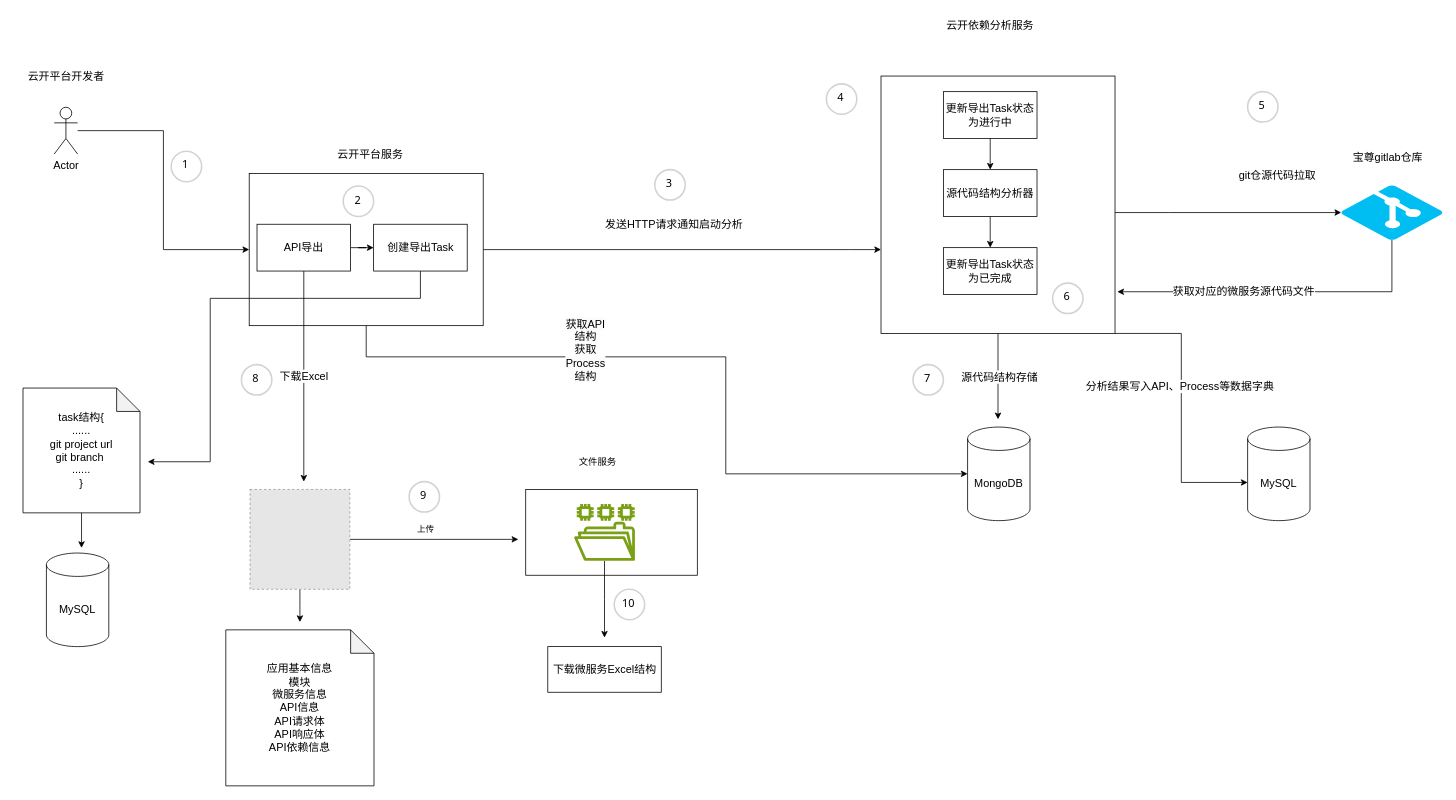
strongant/javassistTest keeps this draw.io diagram as 迁移工具设计.drawio. Above is the earlier version. Source tidied: cells renumbered, new cells numbered last; positions are measured from the earlier drawing's top-left corner, leaving out a move shared by most shapes. Both pictures are drawn from the tidied source at 78%, with x=0, y=0 at pixel (13, 13). Pictures stored in the file or linked from it are replaced by grey dashed boxes.
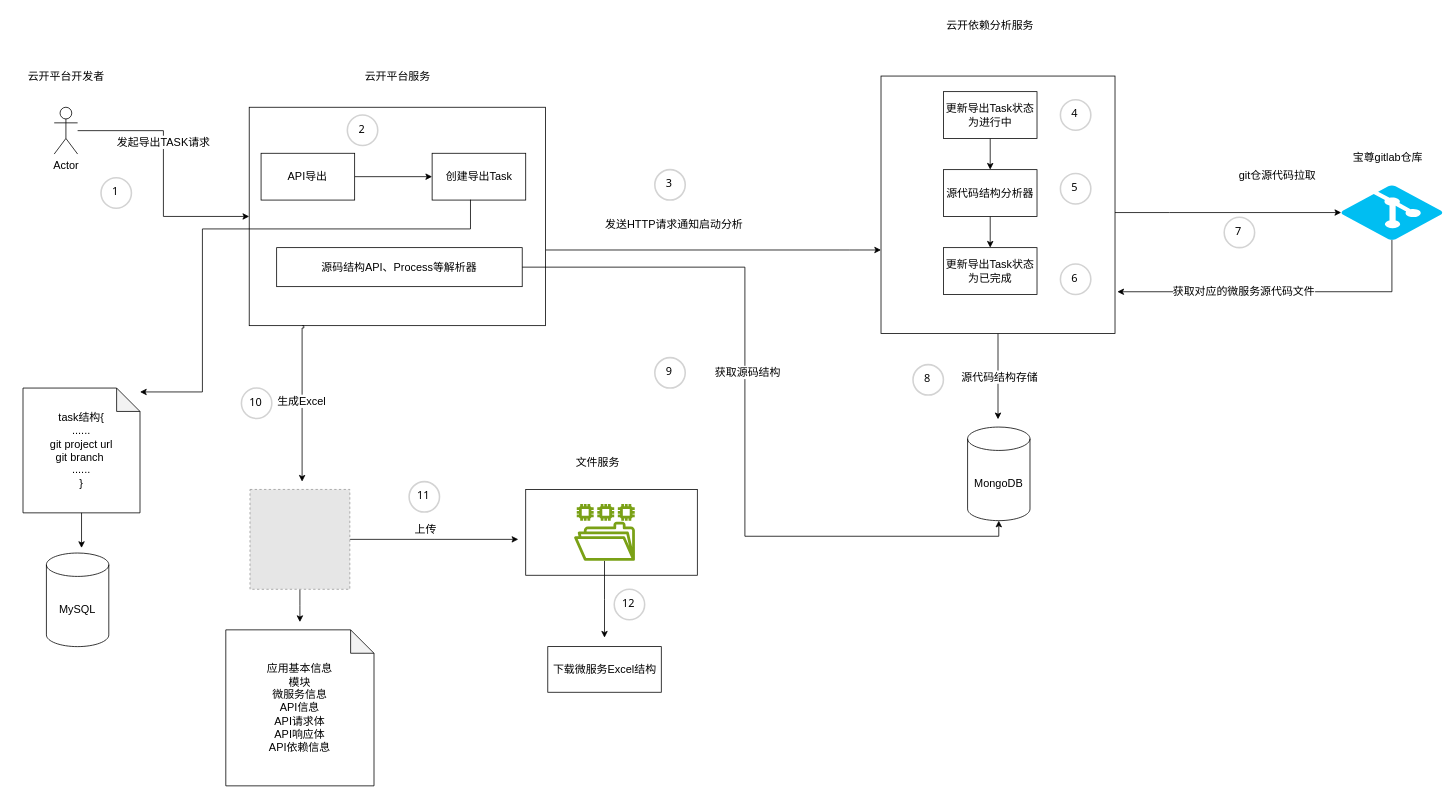
The same diagram, later.

Commit message:
Update 迁移工具API导出设计.drawio

Unchanged cells that the change refers to:
```xml
<mxCell id="5" style="edgeStyle=orthogonalEdgeStyle;rounded=0;jettySize=auto;html=1;entryX=0;entryY=0.5;entryDx=0;entryDy=0;fontSize=14;" parent="1" edge="1" source="6" target="3">
  <mxGeometry relative="1" as="geometry" />
</mxCell>
<mxCell id="12" style="rounded=0;whiteSpace=wrap;html=1;fontSize=14;" parent="1" vertex="1">
  <mxGeometry x="1112" y="80" width="300" height="330" as="geometry" />
</mxCell>
<mxCell id="24" value="MongoDB" style="shape=cylinder3;whiteSpace=wrap;html=1;boundedLbl=1;backgroundOutline=1;size=15;fontSize=14;" parent="1" vertex="1">
  <mxGeometry x="1223" y="530" width="80" height="120" as="geometry" />
</mxCell>
<mxCell id="25" style="edgeStyle=orthogonalEdgeStyle;rounded=0;jettySize=auto;html=1;" parent="1" edge="1" source="28">
  <mxGeometry relative="1" as="geometry">
    <mxPoint x="647" y="674" as="targetPoint" />
  </mxGeometry>
</mxCell>
```

Change to the diagram source:
```diff
@@
     <mxCell id="3" style="rounded=0;whiteSpace=wrap;html=1;fontSize=14;" parent="1" vertex="1">
-      <mxGeometry x="302" y="205" width="300" height="195" as="geometry" />
+      <mxGeometry x="302" y="120" width="380" height="280" as="geometry" />
     </mxCell>
     <mxCell id="4" value="云开平台服务" style="text;html=1;align=center;verticalAlign=middle;whiteSpace=wrap;rounded=0;fontSize=14;" parent="1" vertex="1">
-      <mxGeometry x="364.5" y="170" width="185" height="20" as="geometry" />
+      <mxGeometry x="399.5" y="70" width="185" height="20" as="geometry" />
     </mxCell>
@@
+    <mxCell id="59" value="发起导出TASK请求" style="edgeLabel;html=1;align=center;verticalAlign=middle;fontSize=14;" parent="5" vertex="1">
+      <mxGeometry x="-0.25" y="-1" relative="1" as="geometry" />
+    </mxCell>
@@
-    <mxCell id="19" style="edgeStyle=orthogonalEdgeStyle;rounded=0;jettySize=auto;html=1;" parent="1" edge="1" source="21">
+    <mxCell id="19" style="edgeStyle=orthogonalEdgeStyle;rounded=0;orthogonalLoop=1;jettySize=auto;html=1;" parent="1" edge="1">
       <mxGeometry relative="1" as="geometry">
-        <mxPoint x="372" y="600" as="targetPoint" />
+        <mxPoint x="370" y="400" as="sourcePoint" />
+        <mxPoint x="369.8" y="600" as="targetPoint" />
+        <Array as="points">
+          <mxPoint x="372" y="400" />
+          <mxPoint x="372" y="403" />
+          <mxPoint x="370" y="403" />
+        </Array>
       </mxGeometry>
     </mxCell>
-    <mxCell id="20" value="下载Excel" style="edgeLabel;html=1;align=center;verticalAlign=middle;fontSize=14;" parent="19" vertex="1">
+    <mxCell id="20" value="生成Excel" style="edgeLabel;html=1;align=center;verticalAlign=middle;fontSize=14;" parent="19" vertex="1">
       <mxGeometry x="-0.01" y="-1" relative="1" as="geometry" />
     </mxCell>
     <mxCell id="21" value="API导出" style="rounded=0;whiteSpace=wrap;html=1;fontSize=14;" parent="1" vertex="1">
-      <mxGeometry x="312" y="270" width="120" height="60" as="geometry" />
+      <mxGeometry x="317.2" y="179" width="120" height="60" as="geometry" />
     </mxCell>
@@
-    <mxCell id="26" value="上传" style="edgeLabel;html=1;align=center;verticalAlign=middle;" parent="25" vertex="1">
+    <mxCell id="26" value="上传" style="edgeLabel;html=1;align=center;verticalAlign=middle;fontSize=14;" parent="25" vertex="1">
       <mxGeometry x="-0.11" y="4" relative="1" as="geometry">
         <mxPoint y="-10" as="offset" />
       </mxGeometry>
     </mxCell>
@@
     <mxCell id="30" value="1" style="ellipse;whiteSpace=wrap;html=1;strokeWidth=2;fontFamily=Tahoma;spacingBottom=4;spacingRight=2;strokeColor=#d3d3d3;fontSize=14;" parent="1" vertex="1">
-      <mxGeometry x="202" y="176.5" width="39" height="39" as="geometry" />
+      <mxGeometry x="112" y="210.5" width="39" height="39" as="geometry" />
     </mxCell>
     <mxCell id="31" value="2" style="ellipse;whiteSpace=wrap;html=1;strokeWidth=2;fontFamily=Tahoma;spacingBottom=4;spacingRight=2;strokeColor=#d3d3d3;fontSize=14;" parent="1" vertex="1">
-      <mxGeometry x="422.5" y="221" width="39" height="39" as="geometry" />
+      <mxGeometry x="427.8" y="130" width="39" height="39" as="geometry" />
     </mxCell>
@@
     <mxCell id="33" value="4" style="ellipse;whiteSpace=wrap;html=1;strokeWidth=2;fontFamily=Tahoma;spacingBottom=4;spacingRight=2;strokeColor=#d3d3d3;fontSize=14;" parent="1" vertex="1">
-      <mxGeometry x="1042" y="90" width="39" height="39" as="geometry" />
+      <mxGeometry x="1342" y="110.5" width="39" height="39" as="geometry" />
     </mxCell>
     <mxCell id="34" value="6" style="ellipse;whiteSpace=wrap;html=1;strokeWidth=2;fontFamily=Tahoma;spacingBottom=4;spacingRight=2;strokeColor=#d3d3d3;fontSize=14;" parent="1" vertex="1">
-      <mxGeometry x="1332" y="345.5" width="39" height="39" as="geometry" />
+      <mxGeometry x="1342" y="321" width="39" height="39" as="geometry" />
     </mxCell>
-    <mxCell id="35" value="5" style="ellipse;whiteSpace=wrap;html=1;strokeWidth=2;fontFamily=Tahoma;spacingBottom=4;spacingRight=2;strokeColor=#d3d3d3;fontSize=14;" parent="1" vertex="1">
-      <mxGeometry x="1582" y="100" width="39" height="39" as="geometry" />
+    <mxCell id="35" value="7" style="ellipse;whiteSpace=wrap;html=1;strokeWidth=2;fontFamily=Tahoma;spacingBottom=4;spacingRight=2;strokeColor=#d3d3d3;fontSize=14;" parent="1" vertex="1">
+      <mxGeometry x="1552" y="261" width="39" height="39" as="geometry" />
     </mxCell>
-    <mxCell id="36" value="8" style="ellipse;whiteSpace=wrap;html=1;strokeWidth=2;fontFamily=Tahoma;spacingBottom=4;spacingRight=2;strokeColor=#d3d3d3;fontSize=14;" parent="1" vertex="1">
-      <mxGeometry x="292" y="450" width="39" height="39" as="geometry" />
+    <mxCell id="36" value="10" style="ellipse;whiteSpace=wrap;html=1;strokeWidth=2;fontFamily=Tahoma;spacingBottom=4;spacingRight=2;strokeColor=#d3d3d3;fontSize=14;" parent="1" vertex="1">
+      <mxGeometry x="292" y="480" width="39" height="39" as="geometry" />
     </mxCell>
@@
-    <mxCell id="38" value="文件服务" style="text;html=1;align=center;verticalAlign=middle;whiteSpace=wrap;rounded=0;" parent="1" vertex="1">
+    <mxCell id="38" value="文件服务" style="text;html=1;align=center;verticalAlign=middle;whiteSpace=wrap;rounded=0;fontSize=14;" parent="1" vertex="1">
       <mxGeometry x="718.5" y="560" width="60" height="30" as="geometry" />
     </mxCell>
@@
-    <mxCell id="41" value="9" style="ellipse;whiteSpace=wrap;html=1;strokeWidth=2;fontFamily=Tahoma;spacingBottom=4;spacingRight=2;strokeColor=#d3d3d3;fontSize=14;" parent="1" vertex="1">
+    <mxCell id="41" value="11" style="ellipse;whiteSpace=wrap;html=1;strokeWidth=2;fontFamily=Tahoma;spacingBottom=4;spacingRight=2;strokeColor=#d3d3d3;fontSize=14;" parent="1" vertex="1">
       <mxGeometry x="507" y="600" width="39" height="39" as="geometry" />
     </mxCell>
-    <mxCell id="42" value="7" style="ellipse;whiteSpace=wrap;html=1;strokeWidth=2;fontFamily=Tahoma;spacingBottom=4;spacingRight=2;strokeColor=#d3d3d3;fontSize=14;" parent="1" vertex="1">
+    <mxCell id="42" value="8" style="ellipse;whiteSpace=wrap;html=1;strokeWidth=2;fontFamily=Tahoma;spacingBottom=4;spacingRight=2;strokeColor=#d3d3d3;fontSize=14;" parent="1" vertex="1">
       <mxGeometry x="1153" y="450" width="39" height="39" as="geometry" />
     </mxCell>
@@
     <mxCell id="47" value="创建导出Task" style="rounded=0;whiteSpace=wrap;html=1;fontSize=14;" parent="1" vertex="1">
-      <mxGeometry x="461.5" y="270" width="120" height="60" as="geometry" />
+      <mxGeometry x="536.5" y="179" width="120" height="60" as="geometry" />
     </mxCell>
-    <mxCell id="48" style="edgeStyle=orthogonalEdgeStyle;rounded=0;jettySize=auto;html=1;entryX=1;entryY=0.5;entryDx=0;entryDy=0;entryPerimeter=0;exitX=0.5;exitY=1;exitDx=0;exitDy=0;" parent="1" edge="1" source="47">
+    <mxCell id="48" style="edgeStyle=orthogonalEdgeStyle;rounded=0;jettySize=auto;html=1;entryX=1;entryY=0.5;entryDx=0;entryDy=0;entryPerimeter=0;exitX=0.41;exitY=0.992;exitDx=0;exitDy=0;exitPerimeter=0;" parent="1" edge="1" source="47">
       <mxGeometry relative="1" as="geometry">
-        <mxPoint x="172" y="574.5" as="targetPoint" />
+        <mxPoint x="162" y="485" as="targetPoint" />
         <Array as="points">
-          <mxPoint x="522" y="365" />
-          <mxPoint x="252" y="365" />
-          <mxPoint x="252" y="575" />
+          <mxPoint x="586" y="276" />
+          <mxPoint x="242" y="276" />
+          <mxPoint x="242" y="485" />
         </Array>
       </mxGeometry>
     </mxCell>
@@
-    <mxCell id="50" value="10" style="ellipse;whiteSpace=wrap;html=1;strokeWidth=2;fontFamily=Tahoma;spacingBottom=4;spacingRight=2;strokeColor=#d3d3d3;fontSize=14;" parent="1" vertex="1">
+    <mxCell id="50" value="12" style="ellipse;whiteSpace=wrap;html=1;strokeWidth=2;fontFamily=Tahoma;spacingBottom=4;spacingRight=2;strokeColor=#d3d3d3;fontSize=14;" parent="1" vertex="1">
       <mxGeometry x="770" y="738" width="39" height="39" as="geometry" />
     </mxCell>
-    <mxCell id="51" style="edgeStyle=orthogonalEdgeStyle;rounded=0;jettySize=auto;html=1;entryX=0;entryY=0.5;entryDx=0;entryDy=0;entryPerimeter=0;" parent="1" edge="1" source="3" target="24">
-      <mxGeometry relative="1" as="geometry">
-        <Array as="points">
-          <mxPoint x="452" y="440" />
-          <mxPoint x="913" y="440" />
-          <mxPoint x="913" y="590" />
-        </Array>
-      </mxGeometry>
-    </mxCell>
-    <mxCell id="52" value="&lt;span style=&quot;font-size: 14px; text-wrap: wrap; background-color: rgb(251, 251, 251);&quot;&gt;获取API结构&lt;/span&gt;&lt;br style=&quot;font-size: 14px; text-wrap: wrap; background-color: rgb(251, 251, 251);&quot;&gt;&lt;span style=&quot;font-size: 14px; text-wrap: wrap; background-color: rgb(251, 251, 251);&quot;&gt;获取Process结构&lt;/span&gt;" style="edgeLabel;html=1;align=center;verticalAlign=middle;" parent="51" vertex="1">
-      <mxGeometry x="-0.26" y="1" relative="1" as="geometry">
-        <mxPoint x="-36" y="-9" as="offset" />
-      </mxGeometry>
-    </mxCell>
@@
-    <mxCell id="56" value="MySQL" style="shape=cylinder3;whiteSpace=wrap;html=1;boundedLbl=1;backgroundOutline=1;size=15;fontSize=14;" parent="1" vertex="1">
-      <mxGeometry x="1582" y="530" width="80" height="120" as="geometry" />
-    </mxCell>
-    <mxCell id="57" style="edgeStyle=orthogonalEdgeStyle;rounded=0;jettySize=auto;html=1;entryX=0;entryY=0.592;entryDx=0;entryDy=0;entryPerimeter=0;" parent="1" edge="1" source="12" target="56">
-      <mxGeometry relative="1" as="geometry">
-        <Array as="points">
-          <mxPoint x="1497" y="410" />
-          <mxPoint x="1497" y="601" />
-        </Array>
-      </mxGeometry>
-    </mxCell>
-    <mxCell id="58" value="分析结果写入API、Process等数据字典" style="edgeLabel;html=1;align=center;verticalAlign=middle;fontSize=14;" parent="57" vertex="1">
-      <mxGeometry x="-0.16" y="-3" relative="1" as="geometry" />
-    </mxCell>
+    <mxCell id="60" value="5" style="ellipse;whiteSpace=wrap;html=1;strokeWidth=2;fontFamily=Tahoma;spacingBottom=4;spacingRight=2;strokeColor=#d3d3d3;fontSize=14;" parent="1" vertex="1">
+      <mxGeometry x="1342" y="205" width="39" height="39" as="geometry" />
+    </mxCell>
+    <mxCell id="61" value="9" style="ellipse;whiteSpace=wrap;html=1;strokeWidth=2;fontFamily=Tahoma;spacingBottom=4;spacingRight=2;strokeColor=#d3d3d3;fontSize=14;" parent="1" vertex="1">
+      <mxGeometry x="822" y="441" width="39" height="39" as="geometry" />
+    </mxCell>
+    <mxCell id="62" value="源码结构API、Process等解析器" style="rounded=0;whiteSpace=wrap;html=1;fontSize=14;" parent="1" vertex="1">
+      <mxGeometry x="337.2" y="300" width="314.8" height="50" as="geometry" />
+    </mxCell>
+    <mxCell id="63" style="edgeStyle=orthogonalEdgeStyle;rounded=0;jettySize=auto;html=1;entryX=0.5;entryY=1;entryDx=0;entryDy=0;entryPerimeter=0;" parent="1" edge="1" source="62" target="24">
+      <mxGeometry relative="1" as="geometry" />
+    </mxCell>
+    <mxCell id="64" value="获取源码结构" style="edgeLabel;html=1;align=center;verticalAlign=middle;fontSize=14;" parent="63" vertex="1">
+      <mxGeometry x="-0.14" y="3" relative="1" as="geometry" />
+    </mxCell>
+    <mxCell id="65" style="edgeStyle=orthogonalEdgeStyle;rounded=0;orthogonalLoop=1;jettySize=auto;html=1;exitX=0.5;exitY=1;exitDx=0;exitDy=0;" parent="1" edge="1" source="4" target="4">
+      <mxGeometry relative="1" as="geometry" />
+    </mxCell>
```
